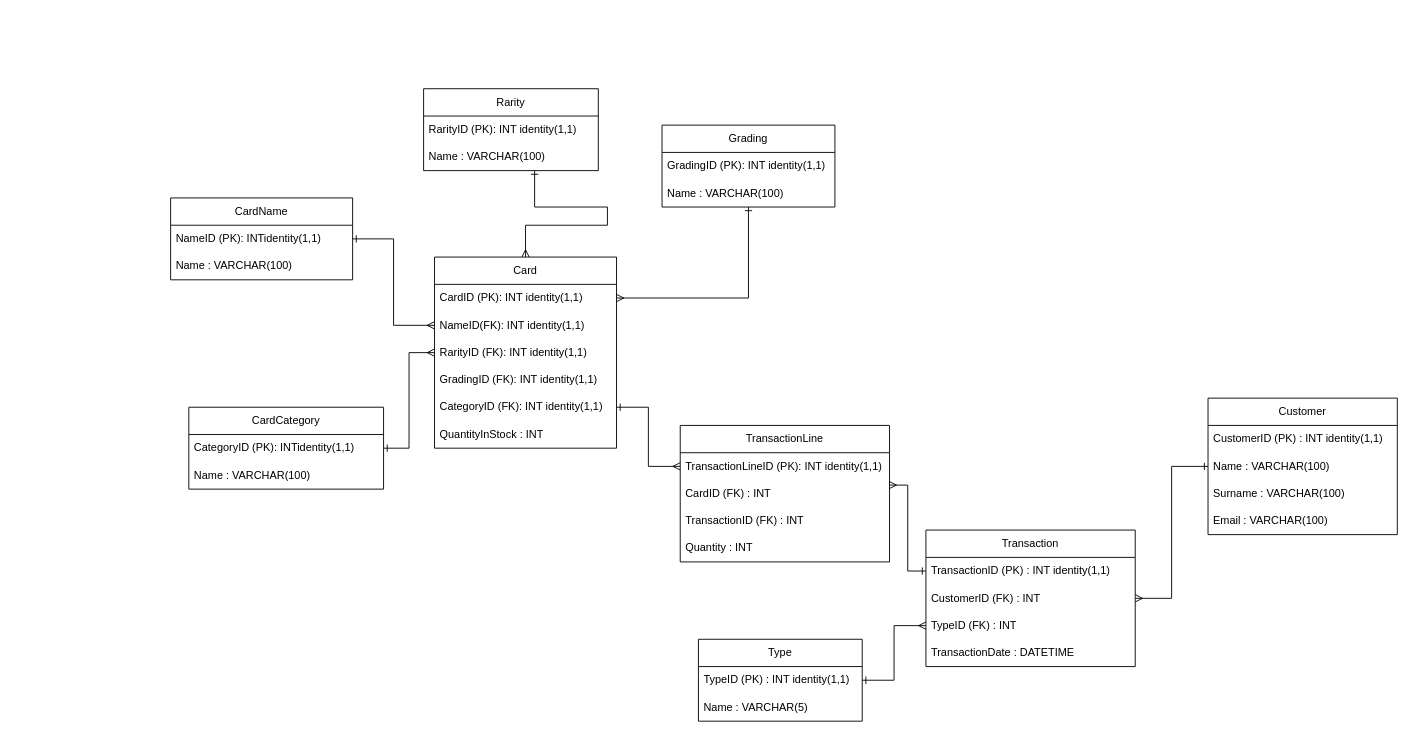
Earlier version of the draw.io diagram Documentation/LevelUp1LogicalERD.drawio (bbd-grad-levelups/Fantasy-Trading-Card-Database). Source tidied: cells renumbered, new cells numbered last; positions are measured from the earlier drawing's top-left corner, leaving out a move shared by most shapes. Both pictures are drawn from the tidied source at 91%, with x=0, y=0 at pixel (170, 88).
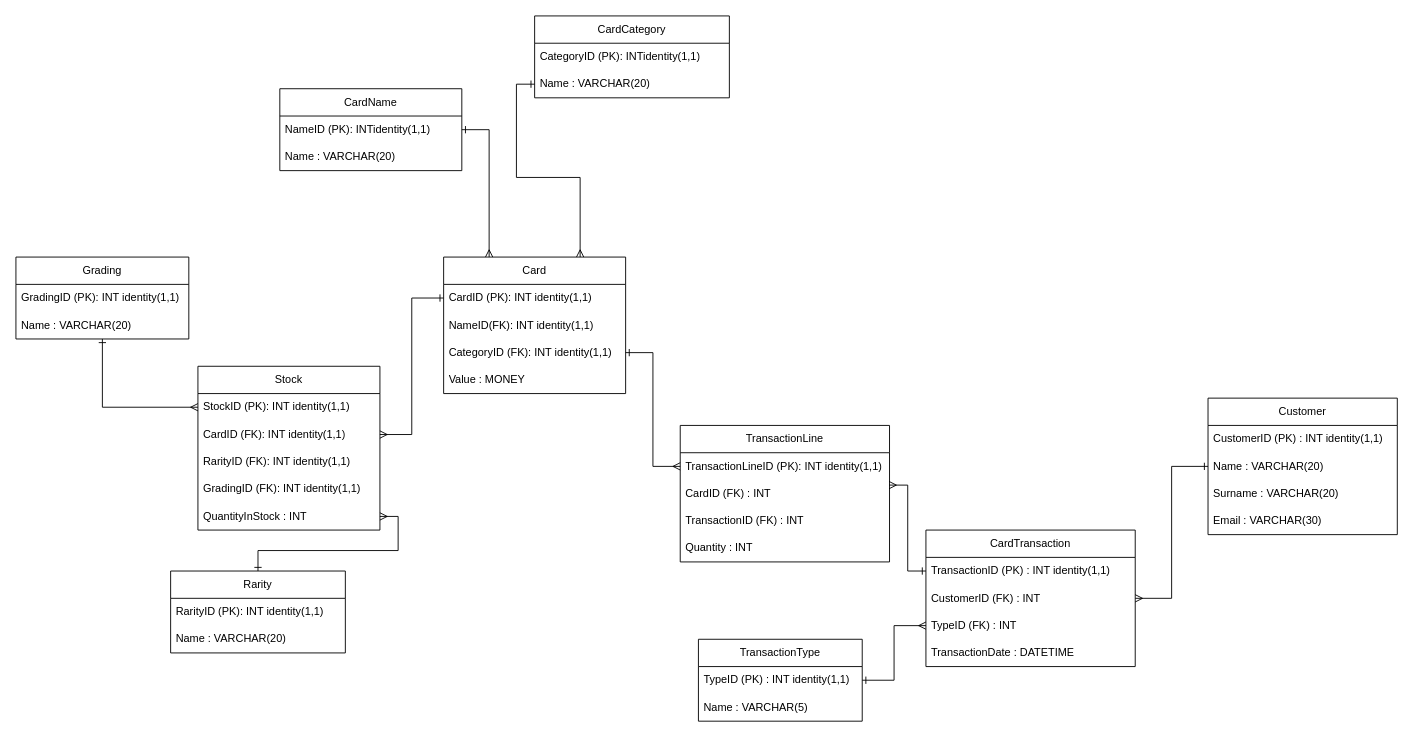
After the change.

Unchanged cells that the change refers to:
```xml
<mxCell id="3" value="CategoryID (PK): INTidentity(1,1)" style="text;strokeColor=none;fillColor=none;align=left;verticalAlign=middle;spacingLeft=4;spacingRight=4;overflow=hidden;points=[[0,0.5],[1,0.5]];portConstraint=eastwest;whiteSpace=wrap;html=1;" parent="2" vertex="1">
  <mxGeometry y="30" width="214" height="30" as="geometry" />
</mxCell>
<mxCell id="6" value="CardID (PK): INT identity(1,1)" style="text;strokeColor=none;fillColor=none;align=left;verticalAlign=middle;spacingLeft=4;spacingRight=4;overflow=hidden;points=[[0,0.5],[1,0.5]];portConstraint=eastwest;whiteSpace=wrap;html=1;" parent="5" vertex="1">
  <mxGeometry y="30" width="200" height="30" as="geometry" />
</mxCell>
<mxCell id="7" value="NameID(FK): INT identity(1,1)" style="text;strokeColor=none;fillColor=none;align=left;verticalAlign=middle;spacingLeft=4;spacingRight=4;overflow=hidden;points=[[0,0.5],[1,0.5]];portConstraint=eastwest;whiteSpace=wrap;html=1;" parent="5" vertex="1">
  <mxGeometry y="60" width="200" height="30" as="geometry" />
</mxCell>
<mxCell id="26" value="Customer" style="swimlane;fontStyle=0;horizontal=1;startSize=30;whiteSpace=wrap;html=1;" parent="1" vertex="1">
  <mxGeometry x="1140" y="340" width="208" height="150" as="geometry" />
</mxCell>
<mxCell id="44" value="NameID (PK): INTidentity(1,1)" style="text;strokeColor=none;fillColor=none;align=left;verticalAlign=middle;spacingLeft=4;spacingRight=4;overflow=hidden;points=[[0,0.5],[1,0.5]];portConstraint=eastwest;whiteSpace=wrap;html=1;" parent="43" vertex="1">
  <mxGeometry y="30" width="200" height="30" as="geometry" />
</mxCell>
```

Diff of the diagram source:
```diff
@@
     <mxCell id="2" value="CardCategory" style="swimlane;fontStyle=0;horizontal=1;startSize=30;whiteSpace=wrap;html=1;" parent="1" vertex="1">
-      <mxGeometry x="20" y="350" width="214" height="90" as="geometry" />
+      <mxGeometry x="400" y="-80" width="214" height="90" as="geometry" />
     </mxCell>
@@
-    <mxCell id="4" value="Name : VARCHAR(100)" style="text;strokeColor=none;fillColor=none;align=left;verticalAlign=middle;spacingLeft=4;spacingRight=4;overflow=hidden;points=[[0,0.5],[1,0.5]];portConstraint=eastwest;whiteSpace=wrap;html=1;" parent="2" vertex="1">
+    <mxCell id="4" value="Name : VARCHAR(20)" style="text;strokeColor=none;fillColor=none;align=left;verticalAlign=middle;spacingLeft=4;spacingRight=4;overflow=hidden;points=[[0,0.5],[1,0.5]];portConstraint=eastwest;whiteSpace=wrap;html=1;" parent="2" vertex="1">
       <mxGeometry y="60" width="214" height="30" as="geometry" />
     </mxCell>
     <mxCell id="5" value="Card" style="swimlane;fontStyle=0;horizontal=1;startSize=30;whiteSpace=wrap;html=1;" parent="1" vertex="1">
-      <mxGeometry x="290" y="185" width="200" height="210" as="geometry" />
+      <mxGeometry x="300" y="185" width="200" height="150" as="geometry" />
     </mxCell>
@@
-    <mxCell id="8" value="RarityID (FK): INT identity(1,1)" style="text;strokeColor=none;fillColor=none;align=left;verticalAlign=middle;spacingLeft=4;spacingRight=4;overflow=hidden;points=[[0,0.5],[1,0.5]];portConstraint=eastwest;whiteSpace=wrap;html=1;" parent="5" vertex="1">
-      <mxGeometry y="90" width="200" height="30" as="geometry" />
-    </mxCell>
-    <mxCell id="9" value="GradingID (FK): INT identity(1,1)" style="text;strokeColor=none;fillColor=none;align=left;verticalAlign=middle;spacingLeft=4;spacingRight=4;overflow=hidden;whiteSpace=wrap;html=1;" parent="5" vertex="1">
-      <mxGeometry y="120" width="200" height="30" as="geometry" />
-    </mxCell>
     <mxCell id="10" value="CategoryID (FK): INT identity(1,1)" style="text;strokeColor=none;fillColor=none;align=left;verticalAlign=middle;spacingLeft=4;spacingRight=4;overflow=hidden;points=[[0,0.5],[1,0.5]];portConstraint=eastwest;whiteSpace=wrap;html=1;" parent="5" vertex="1">
-      <mxGeometry y="150" width="200" height="30" as="geometry" />
+      <mxGeometry y="90" width="200" height="30" as="geometry" />
     </mxCell>
-    <mxCell id="11" value="QuantityInStock : INT" style="text;strokeColor=none;fillColor=none;align=left;verticalAlign=middle;spacingLeft=4;spacingRight=4;overflow=hidden;whiteSpace=wrap;html=1;" parent="5" vertex="1">
-      <mxGeometry y="180" width="200" height="30" as="geometry" />
+    <mxCell id="11" value="Value : MONEY" style="text;strokeColor=none;fillColor=none;align=left;verticalAlign=middle;spacingLeft=4;spacingRight=4;overflow=hidden;whiteSpace=wrap;html=1;" parent="5" vertex="1">
+      <mxGeometry y="120" width="200" height="30" as="geometry" />
     </mxCell>
-    <mxCell id="12" style="edgeStyle=orthogonalEdgeStyle;rounded=0;jettySize=auto;html=1;entryX=1;entryY=0.5;entryDx=0;entryDy=0;endArrow=ERmany;endFill=0;startArrow=ERone;startFill=0;" parent="1" edge="1" source="13" target="6">
-      <mxGeometry relative="1" as="geometry" />
-    </mxCell>
+    <mxCell id="47" style="edgeStyle=orthogonalEdgeStyle;rounded=0;jettySize=auto;html=1;entryX=0;entryY=0.5;entryDx=0;entryDy=0;endArrow=ERmany;endFill=0;startArrow=ERone;startFill=0;" parent="1" edge="1" source="13" target="50">
+      <mxGeometry relative="1" as="geometry" />
+    </mxCell>
     <mxCell id="13" value="Grading" style="swimlane;fontStyle=0;horizontal=1;startSize=30;whiteSpace=wrap;html=1;" parent="1" vertex="1">
-      <mxGeometry x="540" y="40" width="190" height="90" as="geometry" />
+      <mxGeometry x="-170" y="185" width="190" height="90" as="geometry" />
     </mxCell>
@@
-    <mxCell id="15" value="Name : VARCHAR(100)" style="text;strokeColor=none;fillColor=none;align=left;verticalAlign=middle;spacingLeft=4;spacingRight=4;overflow=hidden;whiteSpace=wrap;html=1;" parent="13" vertex="1">
+    <mxCell id="15" value="Name : VARCHAR(20)" style="text;strokeColor=none;fillColor=none;align=left;verticalAlign=middle;spacingLeft=4;spacingRight=4;overflow=hidden;whiteSpace=wrap;html=1;" parent="13" vertex="1">
       <mxGeometry y="60" width="190" height="30" as="geometry" />
     </mxCell>
-    <mxCell id="16" value="Transaction" style="swimlane;fontStyle=0;horizontal=1;startSize=30;whiteSpace=wrap;html=1;" parent="1" vertex="1">
+    <mxCell id="16" value="CardTransaction" style="swimlane;fontStyle=0;horizontal=1;startSize=30;whiteSpace=wrap;html=1;" parent="1" vertex="1">
       <mxGeometry x="830" y="485" width="230" height="150" as="geometry" />
     </mxCell>
@@
+    <mxCell id="48" style="edgeStyle=orthogonalEdgeStyle;rounded=0;jettySize=auto;html=1;entryX=1;entryY=0.5;entryDx=0;entryDy=0;endArrow=ERmany;endFill=0;startArrow=ERone;startFill=0;" parent="1" edge="1" source="21" target="52">
+      <mxGeometry relative="1" as="geometry" />
+    </mxCell>
     <mxCell id="21" value="Rarity" style="swimlane;fontStyle=0;horizontal=1;startSize=30;whiteSpace=wrap;html=1;" parent="1" vertex="1">
-      <mxGeometry x="278" width="192" height="90" as="geometry" />
+      <mxGeometry y="530" width="192" height="90" as="geometry" />
     </mxCell>
@@
-    <mxCell id="23" value="Name : VARCHAR(100)" style="text;strokeColor=none;fillColor=none;align=left;verticalAlign=middle;spacingLeft=4;spacingRight=4;overflow=hidden;points=[[0,0.5],[1,0.5]];portConstraint=eastwest;whiteSpace=wrap;html=1;" parent="21" vertex="1">
+    <mxCell id="23" value="Name : VARCHAR(20)" style="text;strokeColor=none;fillColor=none;align=left;verticalAlign=middle;spacingLeft=4;spacingRight=4;overflow=hidden;points=[[0,0.5],[1,0.5]];portConstraint=eastwest;whiteSpace=wrap;html=1;" parent="21" vertex="1">
       <mxGeometry y="60" width="192" height="30" as="geometry" />
     </mxCell>
-    <mxCell id="24" style="edgeStyle=orthogonalEdgeStyle;rounded=0;jettySize=auto;html=1;entryX=0.5;entryY=0;entryDx=0;entryDy=0;endArrow=ERmany;endFill=0;startArrow=ERone;startFill=0;" parent="1" edge="1" source="23" target="5">
-      <mxGeometry relative="1" as="geometry">
-        <Array as="points">
-          <mxPoint x="400" y="130" />
-          <mxPoint x="480" y="130" />
-          <mxPoint x="480" y="150" />
-          <mxPoint x="390" y="150" />
-        </Array>
-      </mxGeometry>
-    </mxCell>
-    <mxCell id="25" style="edgeStyle=orthogonalEdgeStyle;rounded=0;jettySize=auto;html=1;entryX=1;entryY=0.5;entryDx=0;entryDy=0;startArrow=ERmany;startFill=0;endArrow=ERone;endFill=0;" parent="1" edge="1" source="8" target="3">
-      <mxGeometry relative="1" as="geometry" />
-    </mxCell>
@@
-    <mxCell id="28" value="Name : VARCHAR(100)" style="text;strokeColor=none;fillColor=none;align=left;verticalAlign=middle;spacingLeft=4;spacingRight=4;overflow=hidden;points=[[0,0.5],[1,0.5]];portConstraint=eastwest;whiteSpace=wrap;html=1;" parent="26" vertex="1">
+    <mxCell id="28" value="Name : VARCHAR(20)" style="text;strokeColor=none;fillColor=none;align=left;verticalAlign=middle;spacingLeft=4;spacingRight=4;overflow=hidden;points=[[0,0.5],[1,0.5]];portConstraint=eastwest;whiteSpace=wrap;html=1;" parent="26" vertex="1">
       <mxGeometry y="60" width="208" height="30" as="geometry" />
     </mxCell>
-    <mxCell id="29" value="Surname : VARCHAR(100)" style="text;strokeColor=none;fillColor=none;align=left;verticalAlign=middle;spacingLeft=4;spacingRight=4;overflow=hidden;whiteSpace=wrap;html=1;" parent="26" vertex="1">
+    <mxCell id="29" value="Surname : VARCHAR(20)" style="text;strokeColor=none;fillColor=none;align=left;verticalAlign=middle;spacingLeft=4;spacingRight=4;overflow=hidden;whiteSpace=wrap;html=1;" parent="26" vertex="1">
       <mxGeometry y="90" width="208" height="30" as="geometry" />
     </mxCell>
-    <mxCell id="30" value="Email : VARCHAR(100)" style="text;strokeColor=none;fillColor=none;align=left;verticalAlign=middle;spacingLeft=4;spacingRight=4;overflow=hidden;whiteSpace=wrap;html=1;" parent="26" vertex="1">
+    <mxCell id="30" value="Email : VARCHAR(30)" style="text;strokeColor=none;fillColor=none;align=left;verticalAlign=middle;spacingLeft=4;spacingRight=4;overflow=hidden;whiteSpace=wrap;html=1;" parent="26" vertex="1">
       <mxGeometry y="120" width="208" height="30" as="geometry" />
     </mxCell>
@@
-    <mxCell id="33" value="Type" style="swimlane;fontStyle=0;horizontal=1;startSize=30;whiteSpace=wrap;html=1;" parent="1" vertex="1">
+    <mxCell id="33" value="TransactionType" style="swimlane;fontStyle=0;horizontal=1;startSize=30;whiteSpace=wrap;html=1;" parent="1" vertex="1">
       <mxGeometry x="580" y="605" width="180" height="90" as="geometry" />
     </mxCell>
@@
     <mxCell id="43" value="CardName" style="swimlane;fontStyle=0;horizontal=1;startSize=30;whiteSpace=wrap;html=1;" parent="1" vertex="1">
-      <mxGeometry y="120" width="200" height="90" as="geometry" />
+      <mxGeometry x="120" width="200" height="90" as="geometry" />
     </mxCell>
@@
-    <mxCell id="45" value="Name : VARCHAR(100)" style="text;strokeColor=none;fillColor=none;align=left;verticalAlign=middle;spacingLeft=4;spacingRight=4;overflow=hidden;whiteSpace=wrap;html=1;" parent="43" vertex="1">
+    <mxCell id="45" value="Name : VARCHAR(20)" style="text;strokeColor=none;fillColor=none;align=left;verticalAlign=middle;spacingLeft=4;spacingRight=4;overflow=hidden;whiteSpace=wrap;html=1;" parent="43" vertex="1">
       <mxGeometry y="60" width="200" height="30" as="geometry" />
     </mxCell>
-    <mxCell id="46" style="edgeStyle=orthogonalEdgeStyle;rounded=0;jettySize=auto;html=1;entryX=0;entryY=0.5;entryDx=0;entryDy=0;endArrow=ERmany;endFill=0;startArrow=ERone;startFill=0;" parent="1" edge="1" source="44" target="7">
-      <mxGeometry relative="1" as="geometry" />
-    </mxCell>
+    <mxCell id="49" value="Stock" style="swimlane;fontStyle=0;horizontal=1;startSize=30;whiteSpace=wrap;html=1;" parent="1" vertex="1">
+      <mxGeometry x="30" y="305" width="200" height="180" as="geometry" />
+    </mxCell>
+    <mxCell id="50" value="StockID (PK): INT identity(1,1)" style="text;strokeColor=none;fillColor=none;align=left;verticalAlign=middle;spacingLeft=4;spacingRight=4;overflow=hidden;points=[[0,0.5],[1,0.5]];portConstraint=eastwest;whiteSpace=wrap;html=1;" parent="49" vertex="1">
+      <mxGeometry y="30" width="200" height="30" as="geometry" />
+    </mxCell>
+    <mxCell id="51" value="CardID (FK): INT identity(1,1)" style="text;strokeColor=none;fillColor=none;align=left;verticalAlign=middle;spacingLeft=4;spacingRight=4;overflow=hidden;points=[[0,0.5],[1,0.5]];portConstraint=eastwest;whiteSpace=wrap;html=1;" parent="49" vertex="1">
+      <mxGeometry y="60" width="200" height="30" as="geometry" />
+    </mxCell>
+    <mxCell id="8" value="RarityID (FK): INT identity(1,1)" style="text;strokeColor=none;fillColor=none;align=left;verticalAlign=middle;spacingLeft=4;spacingRight=4;overflow=hidden;points=[[0,0.5],[1,0.5]];portConstraint=eastwest;whiteSpace=wrap;html=1;" parent="49" vertex="1">
+      <mxGeometry y="90" width="200" height="30" as="geometry" />
+    </mxCell>
+    <mxCell id="9" value="GradingID (FK): INT identity(1,1)" style="text;strokeColor=none;fillColor=none;align=left;verticalAlign=middle;spacingLeft=4;spacingRight=4;overflow=hidden;whiteSpace=wrap;html=1;" parent="49" vertex="1">
+      <mxGeometry y="120" width="200" height="30" as="geometry" />
+    </mxCell>
+    <mxCell id="52" value="QuantityInStock : INT" style="text;strokeColor=none;fillColor=none;align=left;verticalAlign=middle;spacingLeft=4;spacingRight=4;overflow=hidden;points=[[0,0.5],[1,0.5]];portConstraint=eastwest;whiteSpace=wrap;html=1;" parent="49" vertex="1">
+      <mxGeometry y="150" width="200" height="30" as="geometry" />
+    </mxCell>
+    <mxCell id="53" style="edgeStyle=orthogonalEdgeStyle;rounded=0;jettySize=auto;html=1;entryX=1;entryY=0.5;entryDx=0;entryDy=0;endArrow=ERmany;endFill=0;startArrow=ERone;startFill=0;" parent="1" edge="1" source="6" target="51">
+      <mxGeometry relative="1" as="geometry" />
+    </mxCell>
+    <mxCell id="54" style="edgeStyle=orthogonalEdgeStyle;rounded=0;jettySize=auto;html=1;entryX=0.25;entryY=0;entryDx=0;entryDy=0;endArrow=ERmany;endFill=0;startArrow=ERone;startFill=0;" parent="1" edge="1" source="44" target="5">
+      <mxGeometry relative="1" as="geometry" />
+    </mxCell>
+    <mxCell id="55" style="edgeStyle=orthogonalEdgeStyle;rounded=0;jettySize=auto;html=1;entryX=0.75;entryY=0;entryDx=0;entryDy=0;endArrow=ERmany;endFill=0;startArrow=ERone;startFill=0;" parent="1" edge="1" source="4" target="5">
+      <mxGeometry relative="1" as="geometry" />
+    </mxCell>
```
